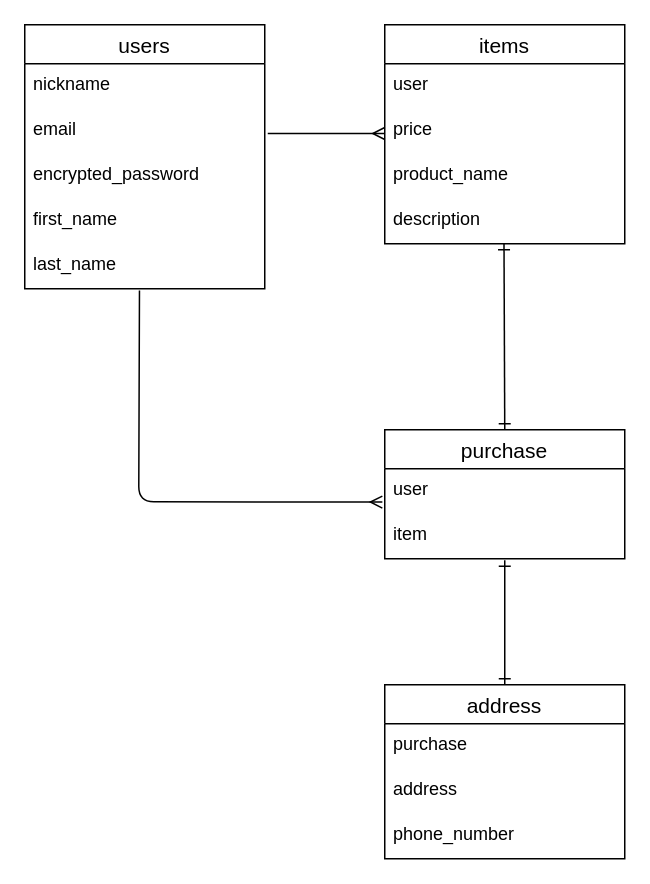
This is test.dio from HAYASHITAKUMI/furima-36110, a draw.io file, before an edit. Source tidied: cells renumbered, new cells numbered last; positions are measured from the earlier drawing's top-left corner, leaving out a move shared by most shapes. Both pictures are drawn from the tidied source at 150%, with x=0, y=0 at pixel (24, 24).
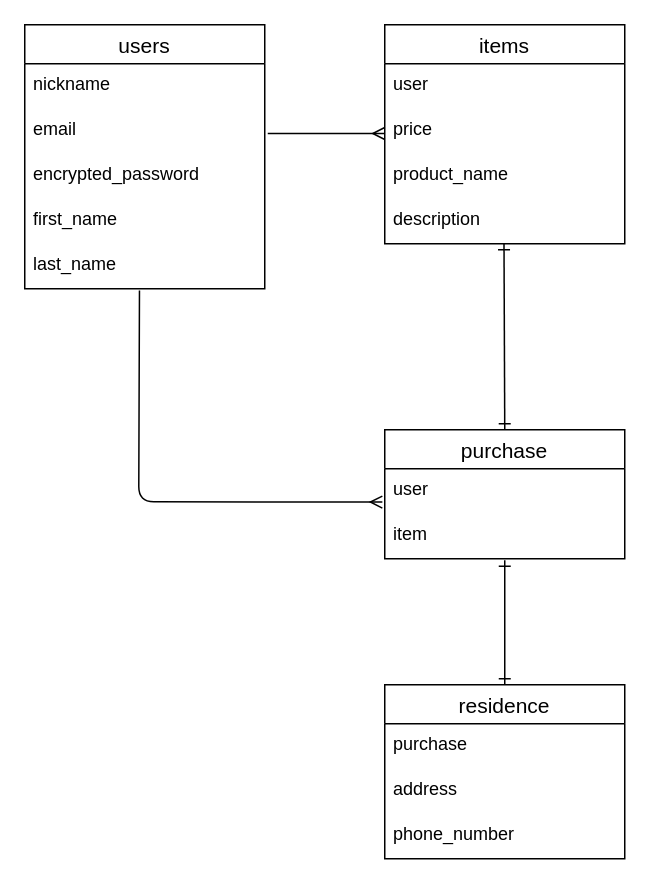
Above is the later version.

The edit, as a diff of the source:
```diff
@@
-    <mxCell id="16" value="address" style="swimlane;fontStyle=0;horizontal=1;startSize=26;align=center;fontSize=14;" parent="1" vertex="1">
+    <mxCell id="16" value="residence" style="swimlane;fontStyle=0;horizontal=1;startSize=26;align=center;fontSize=14;" parent="1" vertex="1">
       <mxGeometry x="240" y="440" width="160" height="116" as="geometry" />
     </mxCell>
```
